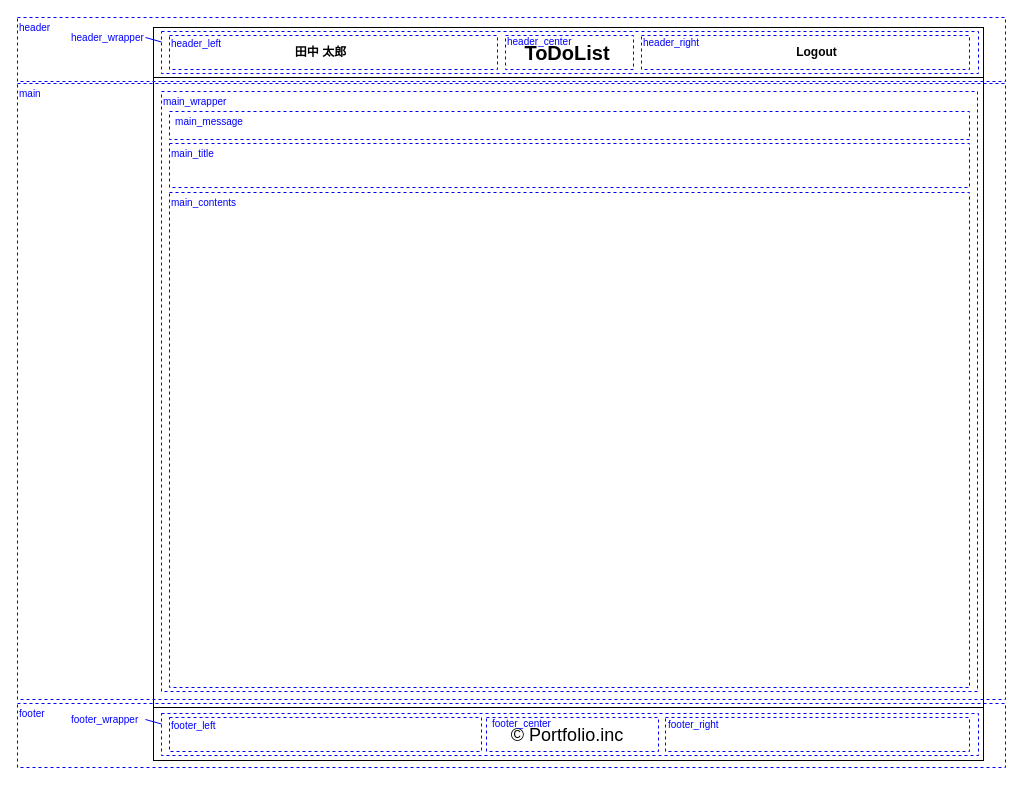
This is portfolio03/01/layout/common/portfolio03_01_common_detail.drawio from RRRYOOO/portfolio, a draw.io file, before an edit. Source tidied: cells renumbered, new cells numbered last; positions are measured from the earlier drawing's top-left corner, leaving out a move shared by most shapes. Both pictures are drawn from the tidied source at 100%, with x=0, y=0 at pixel (17, 17).
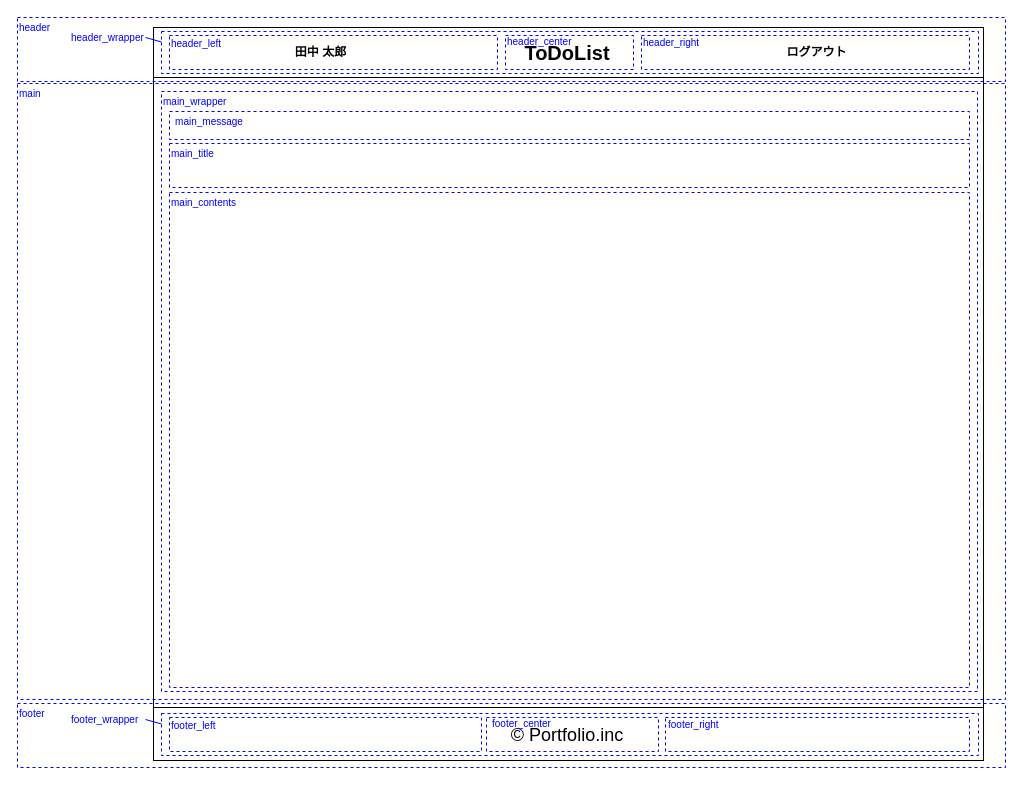
The same page after the edit.

The edit, as a diff of the source:
```diff
@@
-    <mxCell id="44" value="&lt;span style=&quot;font-size: 12px&quot;&gt;&lt;b style=&quot;font-size: 12px&quot;&gt;Logout&lt;br style=&quot;font-size: 12px&quot;&gt;&lt;/b&gt;&lt;/span&gt;" style="text;html=1;strokeColor=none;fillColor=none;align=center;verticalAlign=middle;whiteSpace=wrap;rounded=0;strokeWidth=4;fontSize=12;" parent="1" vertex="1">
+    <mxCell id="44" value="&lt;span style=&quot;font-size: 12px&quot;&gt;&lt;b style=&quot;font-size: 12px&quot;&gt;ログアウト&lt;br style=&quot;font-size: 12px&quot;&gt;&lt;/b&gt;&lt;/span&gt;" style="text;html=1;strokeColor=none;fillColor=none;align=center;verticalAlign=middle;whiteSpace=wrap;rounded=0;strokeWidth=4;fontSize=12;" parent="1" vertex="1">
       <mxGeometry x="756" y="20" width="87" height="30" as="geometry" />
     </mxCell>
```
